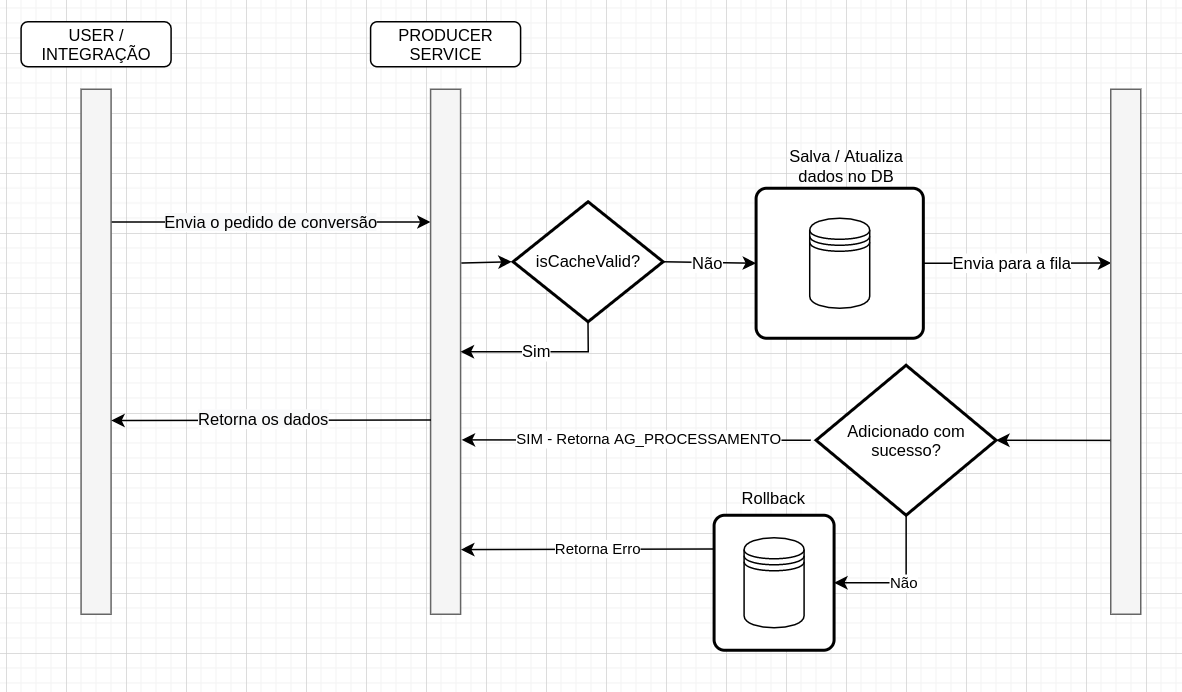
Earlier version of the draw.io export documentacao/Rabbit-Producer.png (veniciosribeiro/cortex). Source tidied: cells renumbered, new cells last; positions are measured from the earlier drawing's top-left corner, leaving out a move shared by most shapes.
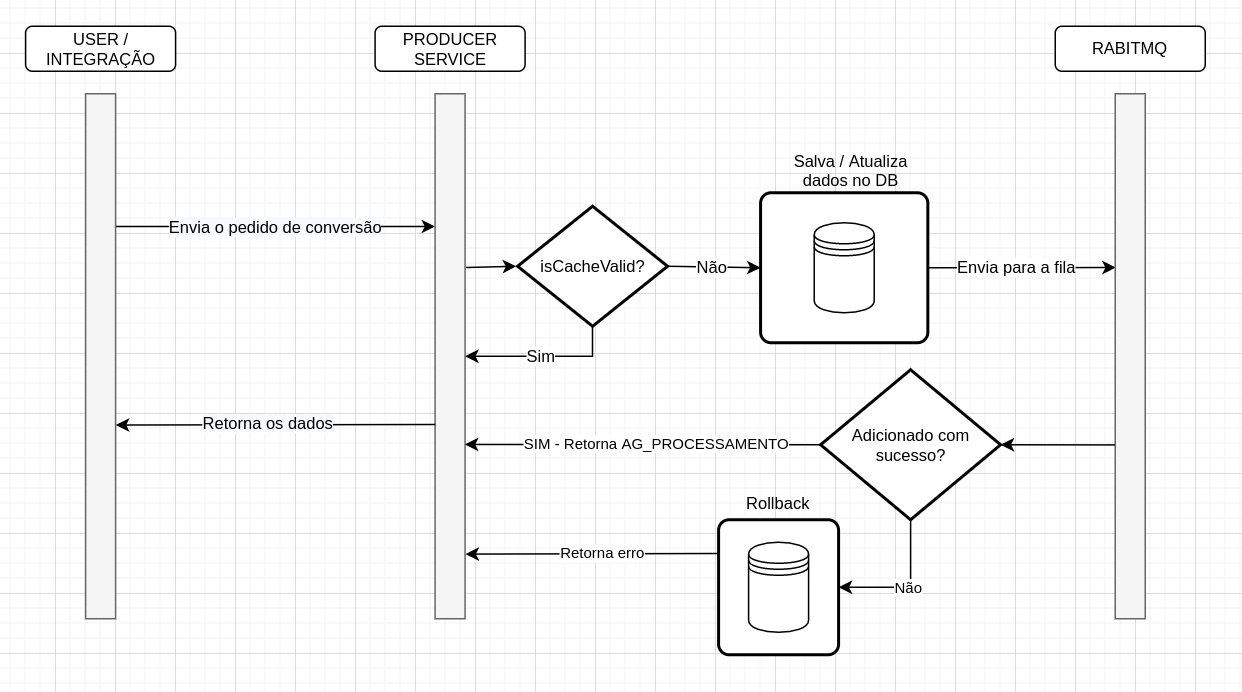
The same diagram one commit later.

Commit message:
Atualiza imagens de diagrama do Producer e Consumer

Diff of the diagram source:
```diff
@@ -71,46 +71,46 @@
     <mxCell id="21" style="rounded=0;whiteSpace=wrap;html=1;fillColor=#f5f5f5;strokeColor=#666666;fontColor=#333333;" parent="1" vertex="1">
       <mxGeometry x="726" y="45" width="20" height="350" as="geometry" />
     </mxCell>
-    <mxCell id="22" value="Não" style="edgeStyle=orthogonalEdgeStyle;rounded=0;jettySize=auto;html=1;entryX=1;entryY=0.5;entryDx=0;entryDy=0;fontSize=10;" parent="1" edge="1" source="23" target="25">
-      <mxGeometry relative="1" as="geometry" />
+    <mxCell id="22" value="RABITMQ" style="rounded=1;whiteSpace=wrap;html=1;fontSize=11;" parent="1" vertex="1">
+      <mxGeometry x="686" width="100" height="30" as="geometry" />
     </mxCell>
-    <mxCell id="23" value="Adicionado com sucesso?" style="strokeWidth=2;html=1;shape=mxgraph.flowchart.decision;whiteSpace=wrap;fontSize=11;" parent="1" vertex="1">
-      <mxGeometry x="529.6" y="229" width="120" height="100" as="geometry" />
+    <mxCell id="23" value="Não" style="edgeStyle=orthogonalEdgeStyle;rounded=0;jettySize=auto;html=1;entryX=1;entryY=0.5;entryDx=0;entryDy=0;fontSize=10;" parent="1" edge="1" source="24" target="26">
+      <mxGeometry relative="1" as="geometry" />
     </mxCell>
-    <mxCell id="24" style="endArrow=classic;html=1;fontSize=10;entryX=1;entryY=0.5;entryDx=0;entryDy=0;entryPerimeter=0;exitX=-0.016;exitY=0.686;exitDx=0;exitDy=0;exitPerimeter=0;" parent="1" edge="1" target="23">
-      <mxGeometry relative="1" as="geometry">
-        <mxPoint x="725.7" y="279.1" as="sourcePoint" />
-      </mxGeometry>
+    <mxCell id="24" value="Adicionado com sucesso?" style="strokeWidth=2;html=1;shape=mxgraph.flowchart.decision;whiteSpace=wrap;fontSize=11;" parent="1" vertex="1">
+      <mxGeometry x="529.6" y="229" width="120" height="100" as="geometry" />
     </mxCell>
-    <mxCell id="25" style="rounded=1;whiteSpace=wrap;html=1;absoluteArcSize=1;arcSize=14;strokeWidth=2;fontSize=10;" parent="1" vertex="1">
-      <mxGeometry x="461.6" y="329" width="80" height="90" as="geometry" />
+    <mxCell id="25" style="endArrow=classic;html=1;fontSize=10;entryX=1;entryY=0.5;entryDx=0;entryDy=0;entryPerimeter=0;exitX=-0.016;exitY=0.686;exitDx=0;exitDy=0;exitPerimeter=0;" parent="1" edge="1" target="24">
+      <mxGeometry relative="1" as="geometry">
+        <mxPoint x="725.7" y="279.1" as="sourcePoint" />
+      </mxGeometry>
     </mxCell>
-    <mxCell id="26" style="shape=datastore;whiteSpace=wrap;html=1;fontSize=10;" parent="1" vertex="1">
-      <mxGeometry x="481.6" y="344" width="40" height="60" as="geometry" />
+    <mxCell id="26" style="rounded=1;whiteSpace=wrap;html=1;absoluteArcSize=1;arcSize=14;strokeWidth=2;fontSize=10;" parent="1" vertex="1">
+      <mxGeometry x="461.6" y="329" width="80" height="90" as="geometry" />
     </mxCell>
-    <mxCell id="27" value="Rollback" style="text;html=1;strokeColor=none;fillColor=none;align=center;verticalAlign=middle;whiteSpace=wrap;rounded=0;fontSize=11;" parent="1" vertex="1">
-      <mxGeometry x="474.2" y="308" width="54.8" height="20" as="geometry" />
+    <mxCell id="27" style="shape=datastore;whiteSpace=wrap;html=1;fontSize=10;" parent="1" vertex="1">
+      <mxGeometry x="481.6" y="344" width="40" height="60" as="geometry" />
     </mxCell>
-    <mxCell id="28" style="endArrow=classic;html=1;fontSize=10;exitX=0;exitY=0.25;exitDx=0;exitDy=0;entryX=1.012;entryY=0.894;entryDx=0;entryDy=0;entryPerimeter=0;" parent="1" edge="1" source="25">
-      <mxGeometry relative="1" as="geometry">
-        <mxPoint x="292.8" y="351.9" as="targetPoint" />
-      </mxGeometry>
+    <mxCell id="28" value="Rollback" style="text;html=1;strokeColor=none;fillColor=none;align=center;verticalAlign=middle;whiteSpace=wrap;rounded=0;fontSize=11;" parent="1" vertex="1">
+      <mxGeometry x="474.2" y="308" width="54.8" height="20" as="geometry" />
     </mxCell>
-    <mxCell id="29" value="Retorna Erro" style="edgeLabel;html=1;align=center;verticalAlign=middle;fontSize=10;" parent="28" vertex="1">
-      <mxGeometry x="-0.08" y="2" relative="1" as="geometry">
-        <mxPoint y="-3" as="offset" />
+    <mxCell id="29" style="endArrow=classic;html=1;fontSize=10;exitX=0;exitY=0.25;exitDx=0;exitDy=0;entryX=1.012;entryY=0.894;entryDx=0;entryDy=0;entryPerimeter=0;" parent="1" edge="1" source="26">
+      <mxGeometry relative="1" as="geometry">
+        <mxPoint x="292.8" y="351.9" as="targetPoint" />
       </mxGeometry>
     </mxCell>
-    <mxCell id="30" style="endArrow=classic;html=1;fontSize=10;entryX=1.036;entryY=0.685;entryDx=0;entryDy=0;entryPerimeter=0;" parent="1" edge="1">
-      <mxGeometry relative="1" as="geometry">
-        <mxPoint x="526" y="279" as="sourcePoint" />
-        <mxPoint x="293.3" y="278.7" as="targetPoint" />
+    <mxCell id="30" value="Retorna erro" style="edgeLabel;html=1;align=center;verticalAlign=middle;fontSize=10;" parent="29" vertex="1">
+      <mxGeometry x="-0.08" y="2" relative="1" as="geometry">
+        <mxPoint y="-3" as="offset" />
       </mxGeometry>
     </mxCell>
-    <mxCell id="31" value="SIM - Retorna AG_PROCESSAMENTO" style="edgeLabel;html=1;align=center;verticalAlign=middle;fontSize=10;" parent="30" vertex="1">
-      <mxGeometry x="-0.07" y="1" relative="1" as="geometry">
-        <mxPoint y="-2" as="offset" />
-      </mxGeometry>
+    <mxCell id="31" style="endArrow=classic;html=1;fontSize=10;entryX=0.993;entryY=0.668;entryDx=0;entryDy=0;entryPerimeter=0;exitX=0;exitY=0.5;exitDx=0;exitDy=0;exitPerimeter=0;" parent="1" edge="1" source="24" target="4">
+      <mxGeometry relative="1" as="geometry" />
     </mxCell>
+    <mxCell id="32" value="SIM - Retorna AG_PROCESSAMENTO" style="edgeLabel;html=1;align=center;verticalAlign=middle;fontSize=10;" parent="31" vertex="1">
+      <mxGeometry x="-0.07" y="1" relative="1" as="geometry">
+        <mxPoint y="-2" as="offset" />
+      </mxGeometry>
+    </mxCell>
   </root>
 </mxGraphModel>
```
